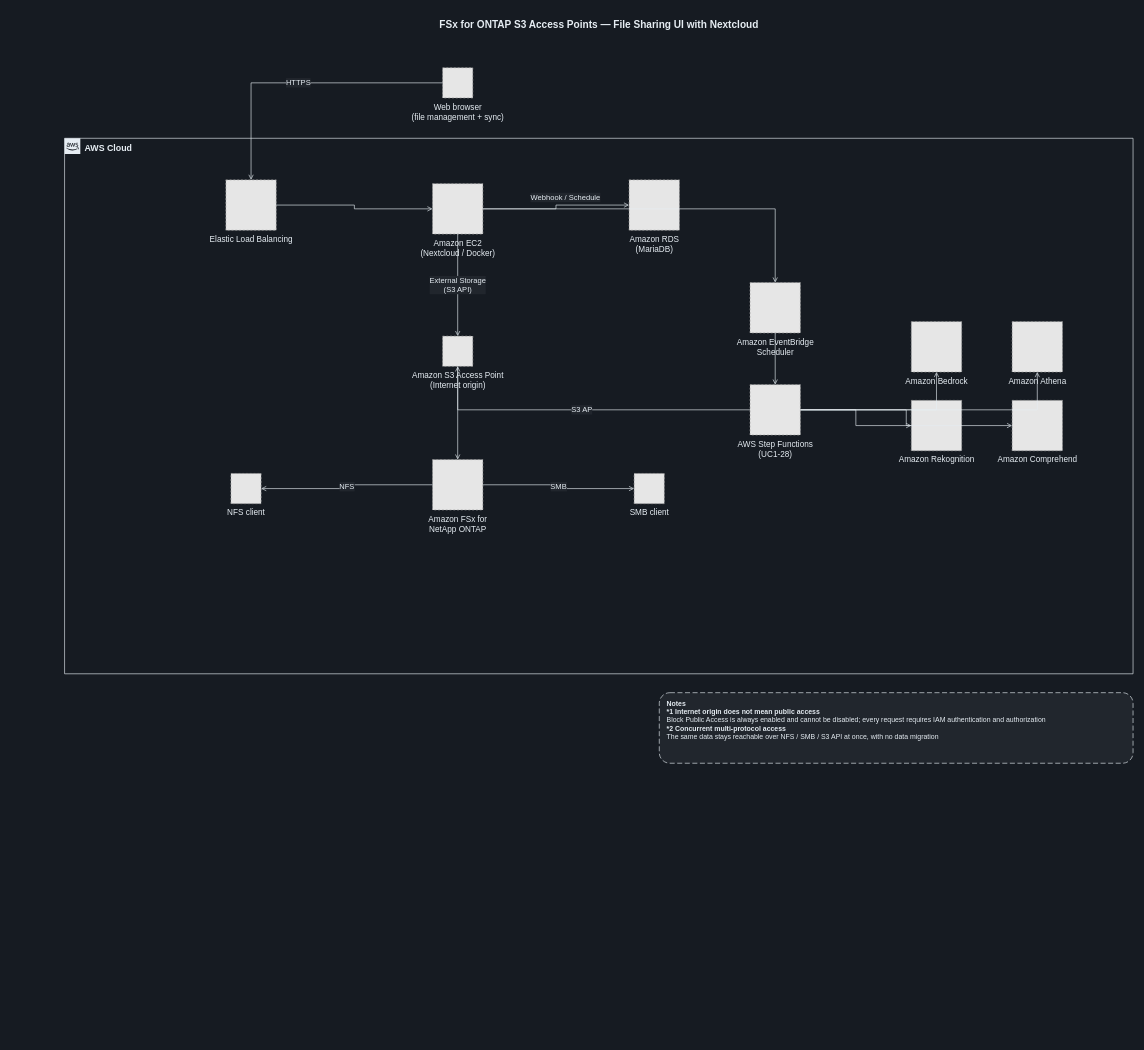
The draw.io diagram docs/diagrams/dark/nextcloud-external-storage-en.drawio in Yoshiki0705/FSx-for-ONTAP-S3AccessPoints-Serverless-Patterns, before the edit. Source tidied: cells renumbered, new cells numbered last; positions are measured from the earlier drawing's top-left corner, leaving out a move shared by most shapes. Both pictures are drawn from the tidied source at 63%, with x=0, y=0 at pixel (64, 11). Pictures stored in the file or linked from it are replaced by grey dashed boxes.
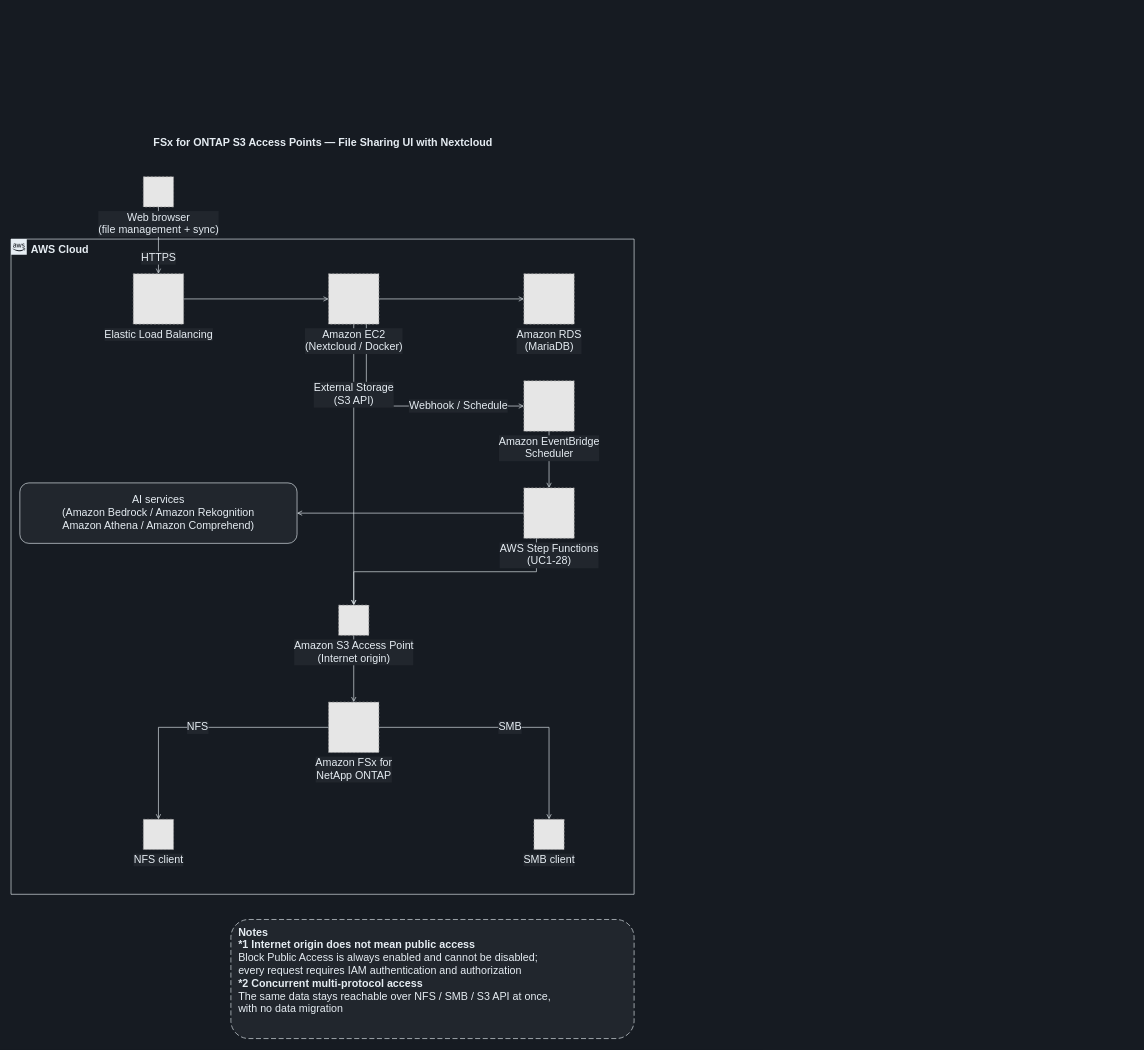
After the change.

Diff of the diagram source:
```diff
@@
+    <mxCell id="31" value="FSx for ONTAP S3 Access Points — File Sharing UI with Nextcloud" style="text;html=1;align=center;verticalAlign=middle;fontSize=17;fontStyle=1;fontColor=#E6EDF3;" parent="1" vertex="1">
+      <mxGeometry x="-85" y="193" width="989" height="34" as="geometry" />
+    </mxCell>
-    <mxCell id="2" value="AWS Cloud" style="gradientColor=none;html=1;whiteSpace=wrap;fontSize=14;fontStyle=1;shape=mxgraph.aws4.group;grIcon=mxgraph.aws4.group_aws_cloud_alt;strokeColor=#E6EDF3;fillColor=none;verticalAlign=top;align=left;spacingLeft=30;fontColor=#E6EDF3;dashed=0;" parent="1" vertex="1">
-      <mxGeometry y="202" width="1696" height="850" as="geometry" />
+    <mxCell id="2" value="AWS Cloud" style="gradientColor=none;html=1;whiteSpace=wrap;fontSize=17;fontStyle=1;shape=mxgraph.aws4.group;grIcon=mxgraph.aws4.group_aws_cloud_alt;strokeColor=#E6EDF3;fillColor=none;verticalAlign=top;align=left;spacingLeft=30;fontColor=#E6EDF3;dashed=0;" parent="1" vertex="1">
+      <mxGeometry x="-85" y="362" width="989" height="1040" as="geometry" />
     </mxCell>
-    <mxCell id="3" value="Web browser&#10;(file management + sync)" style="fillColor=#E6E6E6;strokeColor=#999999;dashed=1;html=1;verticalLabelPosition=bottom;verticalAlign=top;labelPosition=center;align=center;fontSize=13;fontColor=#E6EDF3;" parent="1" vertex="1">
-      <mxGeometry x="600" y="90" width="48" height="48" as="geometry" />
-    </mxCell>
-    <mxCell id="4" value="Amazon EC2&#10;(Nextcloud / Docker)" style="fillColor=#E6E6E6;strokeColor=#999999;dashed=1;html=1;verticalLabelPosition=bottom;verticalAlign=top;labelPosition=center;align=center;fontSize=13;fontColor=#E6EDF3;" parent="1" vertex="1">
-      <mxGeometry x="584" y="274" width="80" height="80" as="geometry" />
-    </mxCell>
-    <mxCell id="5" value="Elastic Load Balancing" style="fillColor=#E6E6E6;strokeColor=#999999;dashed=1;html=1;verticalLabelPosition=bottom;verticalAlign=top;labelPosition=center;align=center;fontSize=13;fontColor=#E6EDF3;" parent="1" vertex="1">
-      <mxGeometry x="256" y="268" width="80" height="80" as="geometry" />
-    </mxCell>
-    <mxCell id="6" value="Amazon RDS&#10;(MariaDB)" style="fillColor=#E6E6E6;strokeColor=#999999;dashed=1;html=1;verticalLabelPosition=bottom;verticalAlign=top;labelPosition=center;align=center;fontSize=13;fontColor=#E6EDF3;" parent="1" vertex="1">
-      <mxGeometry x="896" y="268" width="80" height="80" as="geometry" />
-    </mxCell>
-    <mxCell id="7" value="Amazon S3 Access Point&#10;(Internet origin)" style="fillColor=#E6E6E6;strokeColor=#999999;dashed=1;html=1;verticalLabelPosition=bottom;verticalAlign=top;labelPosition=center;align=center;fontSize=13;fontColor=#E6EDF3;" parent="1" vertex="1">
-      <mxGeometry x="600" y="516" width="48" height="48" as="geometry" />
-    </mxCell>
-    <mxCell id="8" value="Amazon FSx for&#10;NetApp ONTAP" style="fillColor=#E6E6E6;strokeColor=#999999;dashed=1;html=1;verticalLabelPosition=bottom;verticalAlign=top;labelPosition=center;align=center;fontSize=13;fontColor=#E6EDF3;" parent="1" vertex="1">
-      <mxGeometry x="584" y="712" width="80" height="80" as="geometry" />
-    </mxCell>
-    <mxCell id="9" value="Amazon EventBridge&#10;Scheduler" style="fillColor=#E6E6E6;strokeColor=#999999;dashed=1;html=1;verticalLabelPosition=bottom;verticalAlign=top;labelPosition=center;align=center;fontSize=13;fontColor=#E6EDF3;" parent="1" vertex="1">
-      <mxGeometry x="1088" y="431" width="80" height="80" as="geometry" />
-    </mxCell>
-    <mxCell id="10" value="AWS Step Functions&#10;(UC1-28)" style="fillColor=#E6E6E6;strokeColor=#999999;dashed=1;html=1;verticalLabelPosition=bottom;verticalAlign=top;labelPosition=center;align=center;fontSize=13;fontColor=#E6EDF3;" parent="1" vertex="1">
-      <mxGeometry x="1088" y="593" width="80" height="80" as="geometry" />
-    </mxCell>
-    <mxCell id="11" value="Amazon Bedrock" style="fillColor=#E6E6E6;strokeColor=#999999;dashed=1;html=1;verticalLabelPosition=bottom;verticalAlign=top;labelPosition=center;align=center;fontSize=13;fontColor=#E6EDF3;" parent="1" vertex="1">
-      <mxGeometry x="1344" y="493" width="80" height="80" as="geometry" />
-    </mxCell>
-    <mxCell id="12" value="Amazon Rekognition" style="fillColor=#E6E6E6;strokeColor=#999999;dashed=1;html=1;verticalLabelPosition=bottom;verticalAlign=top;labelPosition=center;align=center;fontSize=13;fontColor=#E6EDF3;" parent="1" vertex="1">
-      <mxGeometry x="1344" y="618" width="80" height="80" as="geometry" />
-    </mxCell>
-    <mxCell id="13" value="Amazon Athena" style="fillColor=#E6E6E6;strokeColor=#999999;dashed=1;html=1;verticalLabelPosition=bottom;verticalAlign=top;labelPosition=center;align=center;fontSize=13;fontColor=#E6EDF3;" parent="1" vertex="1">
-      <mxGeometry x="1504" y="493" width="80" height="80" as="geometry" />
-    </mxCell>
-    <mxCell id="14" value="Amazon Comprehend" style="fillColor=#E6E6E6;strokeColor=#999999;dashed=1;html=1;verticalLabelPosition=bottom;verticalAlign=top;labelPosition=center;align=center;fontSize=13;fontColor=#E6EDF3;" parent="1" vertex="1">
-      <mxGeometry x="1504" y="618" width="80" height="80" as="geometry" />
-    </mxCell>
-    <mxCell id="15" value="NFS client" style="fillColor=#E6E6E6;strokeColor=#999999;dashed=1;html=1;verticalLabelPosition=bottom;verticalAlign=top;labelPosition=center;align=center;fontSize=13;fontColor=#E6EDF3;" parent="1" vertex="1">
-      <mxGeometry x="264" y="734" width="48" height="48" as="geometry" />
-    </mxCell>
-    <mxCell id="16" value="SMB client" style="fillColor=#E6E6E6;strokeColor=#999999;dashed=1;html=1;verticalLabelPosition=bottom;verticalAlign=top;labelPosition=center;align=center;fontSize=13;fontColor=#E6EDF3;" parent="1" vertex="1">
-      <mxGeometry x="904" y="734" width="48" height="48" as="geometry" />
-    </mxCell>
+    <mxCell id="33" value="HTTPS" style="edgeStyle=orthogonalEdgeStyle;rounded=0;jettySize=auto;html=1;endArrow=open;endFill=0;strokeColor=#E6EDF3;strokeWidth=1;fontSize=17;fontColor=#E6EDF3;labelBackgroundColor=#21262D;" parent="1" edge="1" source="3" target="5">
+      <mxGeometry relative="1" as="geometry">
+        <mxPoint y="28" as="offset" />
+      </mxGeometry>
+    </mxCell>
-    <mxCell id="17" value="HTTPS" style="edgeStyle=orthogonalEdgeStyle;rounded=0;jettySize=auto;html=1;endArrow=open;endFill=0;strokeColor=#E6EDF3;strokeWidth=1;fontSize=12;fontColor=#E6EDF3;labelBackgroundColor=#21262D;" parent="1" edge="1" source="3" target="5">
+    <mxCell id="17" style="edgeStyle=orthogonalEdgeStyle;rounded=0;jettySize=auto;html=1;endArrow=open;endFill=0;strokeColor=#E6EDF3;strokeWidth=1;fontSize=17;fontColor=#E6EDF3;labelBackgroundColor=#21262D;" parent="1" edge="1" source="5" target="4">
       <mxGeometry relative="1" as="geometry" />
     </mxCell>
-    <mxCell id="18" style="edgeStyle=orthogonalEdgeStyle;rounded=0;jettySize=auto;html=1;endArrow=open;endFill=0;strokeColor=#E6EDF3;strokeWidth=1;fontSize=12;fontColor=#E6EDF3;labelBackgroundColor=#21262D;" parent="1" edge="1" source="5" target="4">
-      <mxGeometry relative="1" as="geometry" />
-    </mxCell>
-    <mxCell id="19" value="External Storage&#10;(S3 API)" style="edgeStyle=orthogonalEdgeStyle;rounded=0;jettySize=auto;html=1;endArrow=open;endFill=0;strokeColor=#E6EDF3;strokeWidth=1;fontSize=12;fontColor=#E6EDF3;labelBackgroundColor=#21262D;" parent="1" edge="1" source="4" target="7">
+    <mxCell id="19" style="edgeStyle=orthogonalEdgeStyle;rounded=0;jettySize=auto;html=1;endArrow=open;endFill=0;strokeColor=#E6EDF3;strokeWidth=1;fontSize=17;fontColor=#E6EDF3;labelBackgroundColor=#21262D;" parent="1" edge="1" source="4" target="6">
       <mxGeometry relative="1" as="geometry" />
     </mxCell>
-    <mxCell id="20" style="edgeStyle=orthogonalEdgeStyle;rounded=0;jettySize=auto;html=1;endArrow=open;endFill=0;strokeColor=#E6EDF3;strokeWidth=1;fontSize=12;fontColor=#E6EDF3;labelBackgroundColor=#21262D;" parent="1" edge="1" source="7" target="8">
-      <mxGeometry relative="1" as="geometry" />
+    <mxCell id="20" value="Webhook / Schedule" style="edgeStyle=orthogonalEdgeStyle;rounded=0;jettySize=auto;html=1;endArrow=open;endFill=0;strokeColor=#E6EDF3;strokeWidth=1;fontSize=17;fontColor=#E6EDF3;labelBackgroundColor=#21262D;exitX=0.75;exitY=1;exitDx=0;exitDy=0;entryX=0;entryY=0.5;entryDx=0;entryDy=0;" parent="1" edge="1" source="4" target="9">
+      <mxGeometry x="0.45" relative="1" as="geometry" />
     </mxCell>
-    <mxCell id="21" value="NFS" style="edgeStyle=orthogonalEdgeStyle;rounded=0;jettySize=auto;html=1;endArrow=open;endFill=0;strokeColor=#E6EDF3;strokeWidth=1;fontSize=12;fontColor=#E6EDF3;labelBackgroundColor=#21262D;" parent="1" edge="1" source="8" target="15">
+    <mxCell id="21" style="edgeStyle=orthogonalEdgeStyle;rounded=0;jettySize=auto;html=1;endArrow=open;endFill=0;strokeColor=#E6EDF3;strokeWidth=1;fontSize=17;fontColor=#E6EDF3;labelBackgroundColor=#21262D;" parent="1" edge="1" source="9" target="10">
       <mxGeometry relative="1" as="geometry" />
     </mxCell>
-    <mxCell id="22" value="SMB" style="edgeStyle=orthogonalEdgeStyle;rounded=0;jettySize=auto;html=1;endArrow=open;endFill=0;strokeColor=#E6EDF3;strokeWidth=1;fontSize=12;fontColor=#E6EDF3;labelBackgroundColor=#21262D;" parent="1" edge="1" source="8" target="16">
+    <mxCell id="22" style="edgeStyle=orthogonalEdgeStyle;rounded=0;jettySize=auto;html=1;endArrow=open;endFill=0;strokeColor=#E6EDF3;strokeWidth=1;fontSize=17;fontColor=#E6EDF3;labelBackgroundColor=#21262D;" parent="1" edge="1" source="10" target="34">
       <mxGeometry relative="1" as="geometry" />
     </mxCell>
-    <mxCell id="23" style="edgeStyle=orthogonalEdgeStyle;rounded=0;jettySize=auto;html=1;endArrow=open;endFill=0;strokeColor=#E6EDF3;strokeWidth=1;fontSize=12;fontColor=#E6EDF3;labelBackgroundColor=#21262D;" parent="1" edge="1" source="4" target="6">
+    <mxCell id="23" style="edgeStyle=orthogonalEdgeStyle;rounded=0;jettySize=auto;html=1;endArrow=open;endFill=0;strokeColor=#E6EDF3;strokeWidth=1;fontSize=17;fontColor=#E6EDF3;labelBackgroundColor=#21262D;exitX=0.25;exitY=1;exitDx=0;exitDy=0;" parent="1" edge="1" source="10" target="7">
       <mxGeometry relative="1" as="geometry" />
     </mxCell>
-    <mxCell id="24" value="Webhook / Schedule" style="edgeStyle=orthogonalEdgeStyle;rounded=0;jettySize=auto;html=1;endArrow=open;endFill=0;strokeColor=#E6EDF3;strokeWidth=1;fontSize=12;fontColor=#E6EDF3;labelBackgroundColor=#21262D;" parent="1" edge="1" source="4" target="9">
-      <mxGeometry x="-0.55" relative="1" as="geometry">
-        <mxPoint y="-18" as="offset" />
-      </mxGeometry>
+    <mxCell id="24" value="External Storage&lt;br&gt;(S3 API)" style="edgeStyle=orthogonalEdgeStyle;rounded=0;jettySize=auto;html=1;endArrow=open;endFill=0;strokeColor=#E6EDF3;strokeWidth=1;fontSize=17;fontColor=#E6EDF3;labelBackgroundColor=#21262D;" parent="1" edge="1" source="4" target="7">
+      <mxGeometry x="-0.5" relative="1" as="geometry" />
     </mxCell>
-    <mxCell id="25" style="edgeStyle=orthogonalEdgeStyle;rounded=0;jettySize=auto;html=1;endArrow=open;endFill=0;strokeColor=#E6EDF3;strokeWidth=1;fontSize=12;fontColor=#E6EDF3;labelBackgroundColor=#21262D;" parent="1" edge="1" source="9" target="10">
+    <mxCell id="25" style="edgeStyle=orthogonalEdgeStyle;rounded=0;jettySize=auto;html=1;endArrow=open;endFill=0;strokeColor=#E6EDF3;strokeWidth=1;fontSize=17;fontColor=#E6EDF3;labelBackgroundColor=#21262D;" parent="1" edge="1" source="7" target="8">
       <mxGeometry relative="1" as="geometry" />
     </mxCell>
-    <mxCell id="26" style="edgeStyle=orthogonalEdgeStyle;rounded=0;jettySize=auto;html=1;endArrow=open;endFill=0;strokeColor=#E6EDF3;strokeWidth=1;fontSize=12;fontColor=#E6EDF3;labelBackgroundColor=#21262D;" parent="1" edge="1" source="10" target="11">
+    <mxCell id="26" value="NFS" style="edgeStyle=orthogonalEdgeStyle;rounded=0;jettySize=auto;html=1;endArrow=open;endFill=0;strokeColor=#E6EDF3;strokeWidth=1;fontSize=17;fontColor=#E6EDF3;labelBackgroundColor=#21262D;" parent="1" edge="1" source="8" target="15">
       <mxGeometry relative="1" as="geometry" />
     </mxCell>
-    <mxCell id="27" style="edgeStyle=orthogonalEdgeStyle;rounded=0;jettySize=auto;html=1;endArrow=open;endFill=0;strokeColor=#E6EDF3;strokeWidth=1;fontSize=12;fontColor=#E6EDF3;labelBackgroundColor=#21262D;" parent="1" edge="1" source="10" target="12">
+    <mxCell id="27" value="SMB" style="edgeStyle=orthogonalEdgeStyle;rounded=0;jettySize=auto;html=1;endArrow=open;endFill=0;strokeColor=#E6EDF3;strokeWidth=1;fontSize=17;fontColor=#E6EDF3;labelBackgroundColor=#21262D;" parent="1" edge="1" source="8" target="16">
       <mxGeometry relative="1" as="geometry" />
     </mxCell>
-    <mxCell id="28" style="edgeStyle=orthogonalEdgeStyle;rounded=0;jettySize=auto;html=1;endArrow=open;endFill=0;strokeColor=#E6EDF3;strokeWidth=1;fontSize=12;fontColor=#E6EDF3;labelBackgroundColor=#21262D;" parent="1" edge="1" source="10" target="13">
-      <mxGeometry relative="1" as="geometry" />
-    </mxCell>
-    <mxCell id="29" style="edgeStyle=orthogonalEdgeStyle;rounded=0;jettySize=auto;html=1;endArrow=open;endFill=0;strokeColor=#E6EDF3;strokeWidth=1;fontSize=12;fontColor=#E6EDF3;labelBackgroundColor=#21262D;" parent="1" edge="1" source="10" target="14">
-      <mxGeometry relative="1" as="geometry" />
-    </mxCell>
-    <mxCell id="30" value="S3 AP" style="edgeStyle=orthogonalEdgeStyle;rounded=0;jettySize=auto;html=1;endArrow=open;endFill=0;strokeColor=#E6EDF3;strokeWidth=1;fontSize=12;fontColor=#E6EDF3;labelBackgroundColor=#21262D;" parent="1" edge="1" source="10" target="7">
-      <mxGeometry relative="1" as="geometry" />
-    </mxCell>
-    <mxCell id="31" value="FSx for ONTAP S3 Access Points — File Sharing UI with Nextcloud" style="text;html=1;align=center;verticalAlign=middle;fontSize=16;fontStyle=1;fontColor=#E6EDF3;" parent="1" vertex="1">
-      <mxGeometry width="1696" height="42" as="geometry" />
-    </mxCell>
+    <mxCell id="3" value="Web browser&lt;br&gt;(file management + sync)" style="fillColor=#E6E6E6;strokeColor=#999999;dashed=1;html=1;verticalLabelPosition=bottom;verticalAlign=top;labelPosition=center;align=center;fontSize=17;fontColor=#E6EDF3;labelBackgroundColor=#21262D;" parent="1" vertex="1">
+      <mxGeometry x="125" y="263" width="48" height="48" as="geometry" />
+    </mxCell>
+    <mxCell id="6" value="Amazon RDS&lt;br&gt;(MariaDB)" style="fillColor=#E6E6E6;strokeColor=#999999;dashed=1;html=1;verticalLabelPosition=bottom;verticalAlign=top;labelPosition=center;align=center;fontSize=17;fontColor=#E6EDF3;labelBackgroundColor=#21262D;" parent="1" vertex="1">
+      <mxGeometry x="729" y="417" width="80" height="80" as="geometry" />
+    </mxCell>
+    <mxCell id="5" value="Elastic Load Balancing" style="fillColor=#E6E6E6;strokeColor=#999999;dashed=1;html=1;verticalLabelPosition=bottom;verticalAlign=top;labelPosition=center;align=center;fontSize=17;fontColor=#E6EDF3;labelBackgroundColor=#21262D;" parent="1" vertex="1">
+      <mxGeometry x="109" y="417" width="80" height="80" as="geometry" />
+    </mxCell>
+    <mxCell id="4" value="Amazon EC2&lt;br&gt;(Nextcloud / Docker)" style="fillColor=#E6E6E6;strokeColor=#999999;dashed=1;html=1;verticalLabelPosition=bottom;verticalAlign=top;labelPosition=center;align=center;fontSize=17;fontColor=#E6EDF3;labelBackgroundColor=#21262D;" parent="1" vertex="1">
+      <mxGeometry x="419" y="417" width="80" height="80" as="geometry" />
+    </mxCell>
+    <mxCell id="9" value="Amazon EventBridge&lt;br&gt;Scheduler" style="fillColor=#E6E6E6;strokeColor=#999999;dashed=1;html=1;verticalLabelPosition=bottom;verticalAlign=top;labelPosition=center;align=center;fontSize=17;fontColor=#E6EDF3;labelBackgroundColor=#21262D;" parent="1" vertex="1">
+      <mxGeometry x="729" y="587" width="80" height="80" as="geometry" />
+    </mxCell>
+    <mxCell id="34" value="AI services&lt;br&gt;(Amazon Bedrock / Amazon Rekognition&lt;br&gt;Amazon Athena / Amazon Comprehend)" style="rounded=1;whiteSpace=wrap;html=1;dashed=0;strokeColor=#E6EDF3;fillColor=#21262D;align=center;verticalAlign=middle;fontSize=17;fontColor=#E6EDF3;" parent="1" vertex="1">
+      <mxGeometry x="-71" y="749" width="440" height="96" as="geometry" />
+    </mxCell>
+    <mxCell id="10" value="AWS Step Functions&lt;br&gt;(UC1-28)" style="fillColor=#E6E6E6;strokeColor=#999999;dashed=1;html=1;verticalLabelPosition=bottom;verticalAlign=top;labelPosition=center;align=center;fontSize=17;fontColor=#E6EDF3;labelBackgroundColor=#21262D;" parent="1" vertex="1">
+      <mxGeometry x="729" y="757" width="80" height="80" as="geometry" />
+    </mxCell>
+    <mxCell id="7" value="Amazon S3 Access Point&lt;br&gt;(Internet origin)" style="fillColor=#E6E6E6;strokeColor=#999999;dashed=1;html=1;verticalLabelPosition=bottom;verticalAlign=top;labelPosition=center;align=center;fontSize=17;fontColor=#E6EDF3;labelBackgroundColor=#21262D;" parent="1" vertex="1">
+      <mxGeometry x="435" y="943" width="48" height="48" as="geometry" />
+    </mxCell>
+    <mxCell id="8" value="Amazon FSx for&lt;br&gt;NetApp ONTAP" style="fillColor=#E6E6E6;strokeColor=#999999;dashed=1;html=1;verticalLabelPosition=bottom;verticalAlign=top;labelPosition=center;align=center;fontSize=17;fontColor=#E6EDF3;labelBackgroundColor=#21262D;" parent="1" vertex="1">
+      <mxGeometry x="419" y="1097" width="80" height="80" as="geometry" />
+    </mxCell>
+    <mxCell id="15" value="NFS client" style="fillColor=#E6E6E6;strokeColor=#999999;dashed=1;html=1;verticalLabelPosition=bottom;verticalAlign=top;labelPosition=center;align=center;fontSize=17;fontColor=#E6EDF3;labelBackgroundColor=#21262D;" parent="1" vertex="1">
+      <mxGeometry x="125" y="1283" width="48" height="48" as="geometry" />
+    </mxCell>
+    <mxCell id="16" value="SMB client" style="fillColor=#E6E6E6;strokeColor=#999999;dashed=1;html=1;verticalLabelPosition=bottom;verticalAlign=top;labelPosition=center;align=center;fontSize=17;fontColor=#E6EDF3;labelBackgroundColor=#21262D;" parent="1" vertex="1">
+      <mxGeometry x="745" y="1283" width="48" height="48" as="geometry" />
+    </mxCell>
-    <mxCell id="32" value="&lt;b&gt;Notes&lt;/b&gt;&lt;br&gt;&lt;b&gt;*1 Internet origin does not mean public access&lt;/b&gt;&lt;br&gt;Block Public Access is always enabled and cannot be disabled; every request requires IAM authentication and authorization&lt;br&gt;&lt;b&gt;*2 Concurrent multi-protocol access&lt;/b&gt;&lt;br&gt;The same data stays reachable over NFS / SMB / S3 API at once, with no data migration" style="rounded=1;whiteSpace=wrap;html=1;dashed=1;dashPattern=8 4;strokeColor=#E6EDF3;fillColor=#21262D;align=left;verticalAlign=top;spacingLeft=10;spacingTop=4;fontSize=11;fontColor=#E6EDF3;" parent="1" vertex="1">
-      <mxGeometry x="944" y="1082" width="752" height="112" as="geometry" />
+    <mxCell id="32" value="&lt;b&gt;Notes&lt;/b&gt;&lt;br&gt;&lt;b&gt;*1 Internet origin does not mean public access&lt;/b&gt;&lt;br&gt;Block Public Access is always enabled and cannot be disabled;&lt;br&gt;every request requires IAM authentication and authorization&lt;br&gt;&lt;b&gt;*2 Concurrent multi-protocol access&lt;/b&gt;&lt;br&gt;The same data stays reachable over NFS / SMB / S3 API at once,&lt;br&gt;with no data migration" style="rounded=1;whiteSpace=wrap;html=1;dashed=1;dashPattern=8 4;strokeColor=#E6EDF3;fillColor=#21262D;align=left;verticalAlign=top;spacingLeft=10;spacingTop=4;fontSize=17;fontColor=#E6EDF3;" parent="1" vertex="1">
+      <mxGeometry x="264" y="1442" width="640" height="189" as="geometry" />
     </mxCell>
```
